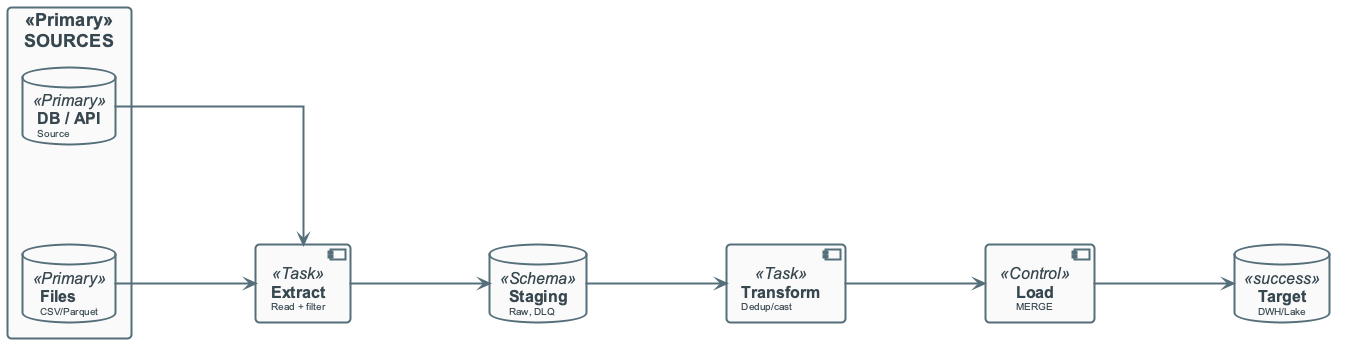
OrPerets/data-engineering-course keeps this PlantUML diagram as diagrams/week04/week4_lecture_slide13_pipeline_overview.png. Above is the earlier version.
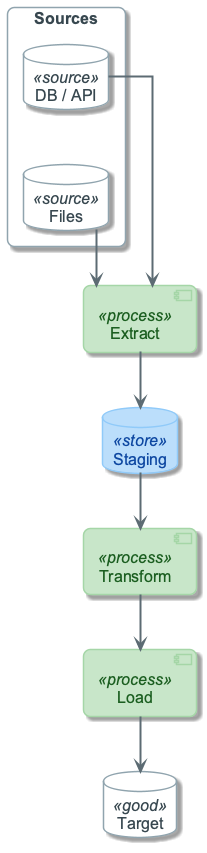
After the change.

What changed in the source:
```diff
@@ -1,30 +1,28 @@
 @startuml
-
 !include ../_template_styles.puml
+!include _week4_visual_style.puml
 
 top to bottom direction
+skinparam nodesep 70
+skinparam ranksep 55
 
-rectangle "SOURCES" <<Primary>> {
-    database "**DB / API**\n<size:10>Source</size>" as SRC1 <<Primary>>
-    database "**Files**\n<size:10>CSV/Parquet</size>" as SRC2 <<Primary>>
-    SRC1 -[hidden]down- SRC2
+rectangle "Sources" as SRC {
+  database "DB / API" as SRC1 <<source>>
+  database "Files" as SRC2 <<source>>
+  SRC1 -[hidden]down- SRC2
 }
 
-component "**Extract**\n<size:10>Read + filter</size>" as EXTRACT_STEP <<Task>>
+component "Extract" as EXTRACT <<process>>
+database "Staging" as STG <<store>>
+component "Transform" as TRANSFORM <<process>>
+component "Load" as LOAD <<process>>
+database "Target" as TGT <<good>>
 
-database "**Staging**\n<size:10>Raw, DLQ</size>" as STG <<Schema>>
-
-component "**Transform**\n<size:10>Dedup/cast</size>" as TRANSFORM_STEP <<Task>>
-
-component "**Load**\n<size:10>MERGE</size>" as LOAD_STEP <<Control>>
-
-database "**Target**\n<size:10>DWH/Lake</size>" as TGT <<success>>
-
-SRC1 -right-> EXTRACT_STEP
-SRC2 -right-> EXTRACT_STEP
-EXTRACT_STEP -right-> STG
-STG -right-> TRANSFORM_STEP
-TRANSFORM_STEP -right-> LOAD_STEP
-LOAD_STEP -right-> TGT
+SRC1 -down-> EXTRACT
+SRC2 -down-> EXTRACT
+EXTRACT -down-> STG
+STG -down-> TRANSFORM
+TRANSFORM -down-> LOAD
+LOAD -down-> TGT
 
 @enduml
```
